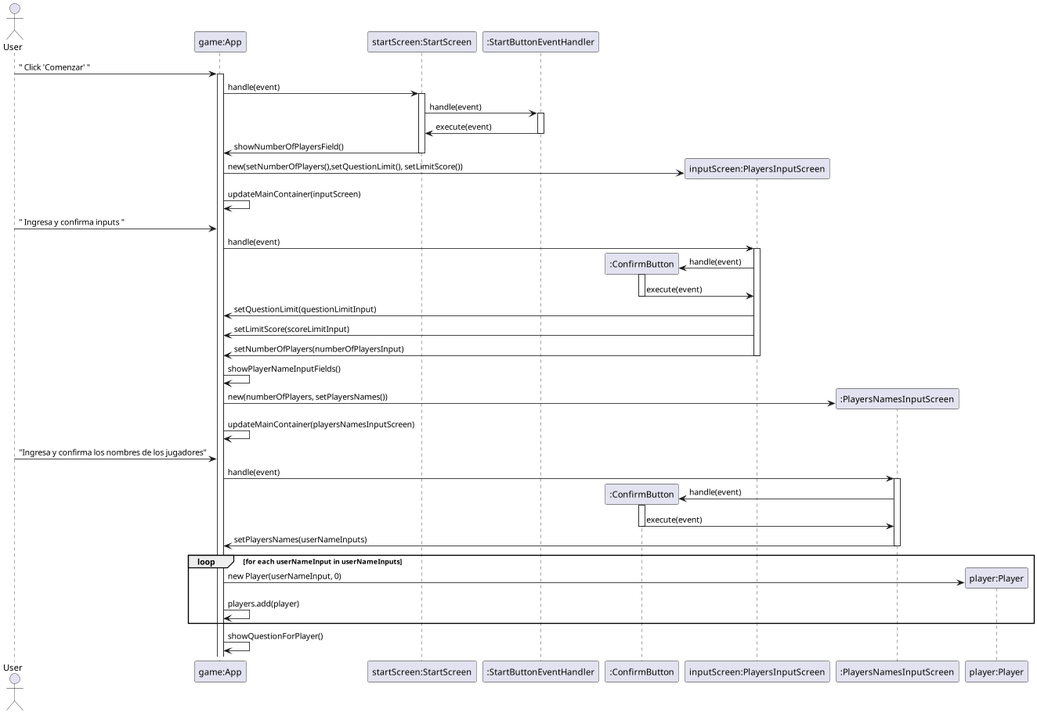
Earlier version of the PlantUML export UML files/images/GameAndUserInteractions.png (agpelliciari/TP2-Algo-III). Its diagram source:
```plantuml
@startuml

actor User

participant "game:App" as App
participant "startScreen:StartScreen" as StartScreen
participant ":StartButtonEventHandler" as StartButtonEventHandler
participant ":ConfirmButton" as ConfirmButton
participant "inputScreen:PlayersInputScreen" as PlayersInputScreen
participant ":PlayersNamesInputScreen" as PlayersNamesInputScreen
participant "player:Player" as Player


User -> App: " Click 'Comenzar' "
activate App
App -> StartScreen: handle(event)
activate StartScreen
StartScreen -> StartButtonEventHandler: handle(event)
activate StartButtonEventHandler
StartScreen <- StartButtonEventHandler: execute(event)
deactivate StartButtonEventHandler
StartScreen -> App: showNumberOfPlayersField()
deactivate StartScreen

create PlayersInputScreen
App -> PlayersInputScreen: new(setNumberOfPlayers(),setQuestionLimit(), setLimitScore())
App -> App: updateMainContainer(inputScreen)

User -> App: " Ingresa y confirma inputs "

App -> PlayersInputScreen: handle(event)
activate PlayersInputScreen
create ConfirmButton
ConfirmButton <- PlayersInputScreen: handle(event)
activate ConfirmButton
ConfirmButton -> PlayersInputScreen: execute(event)
deactivate ConfirmButton
PlayersInputScreen -> App: setQuestionLimit(questionLimitInput)
PlayersInputScreen -> App: setLimitScore(scoreLimitInput)
PlayersInputScreen -> App: setNumberOfPlayers(numberOfPlayersInput)
deactivate PlayersInputScreen

App -> App: showPlayerNameInputFields()
create PlayersNamesInputScreen
App -> PlayersNamesInputScreen: new(numberOfPlayers, setPlayersNames())
App -> App: updateMainContainer(playersNamesInputScreen)

User -> App: "Ingresa y confirma los nombres de los jugadores"
App -> PlayersNamesInputScreen: handle(event)
activate PlayersNamesInputScreen
create ConfirmButton
PlayersNamesInputScreen -> ConfirmButton: handle(event)
activate ConfirmButton
PlayersNamesInputScreen <- ConfirmButton: execute(event)
deactivate ConfirmButton
PlayersNamesInputScreen -> App: setPlayersNames(userNameInputs)
deactivate PlayersNamesInputScreen

loop for each userNameInput in userNameInputs
create Player
App -> Player: new Player(userNameInput, 0)
App -> App: players.add(player)
end loop

App -> App: showQuestionForPlayer()

@enduml
```
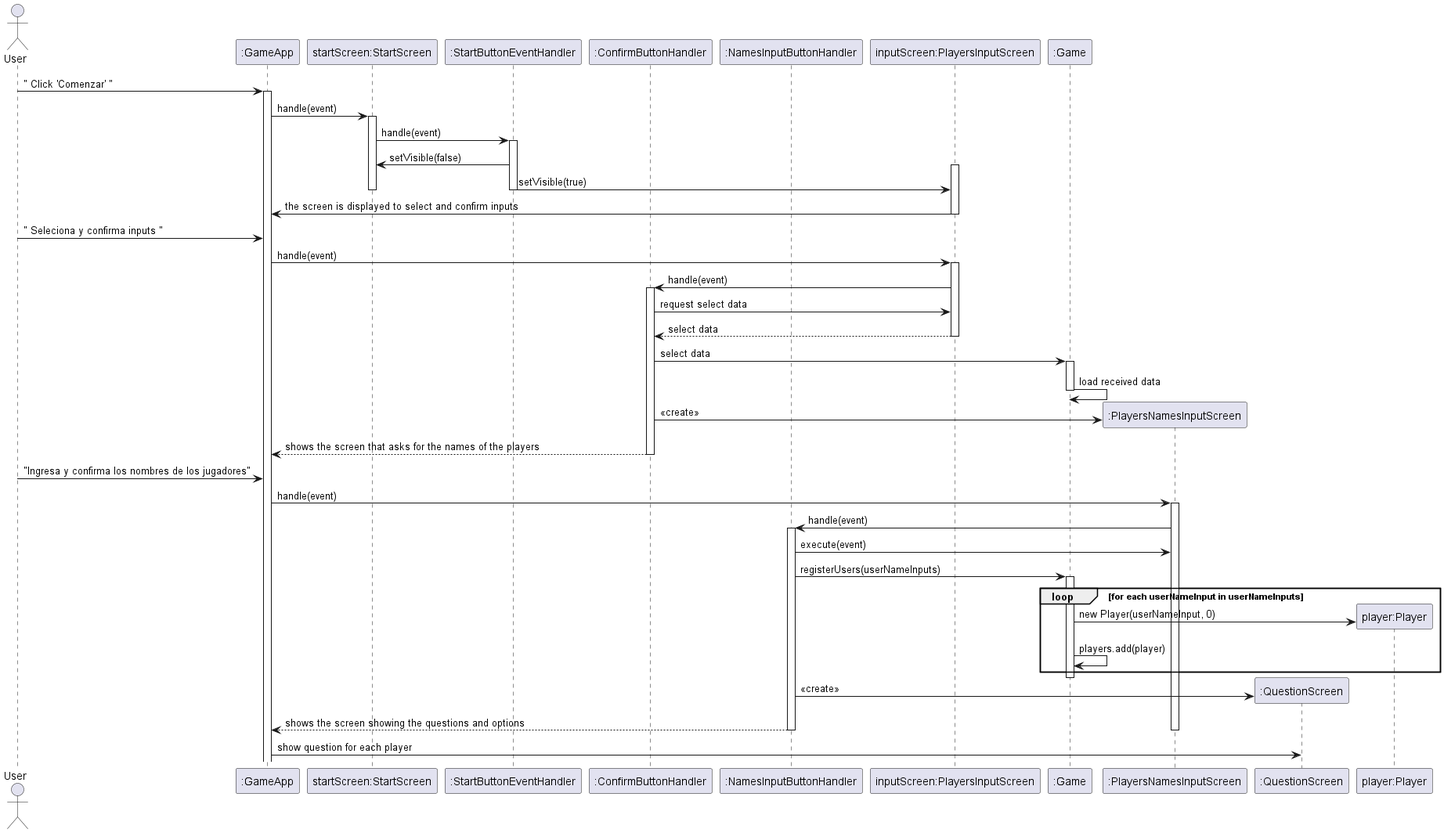
After the commit.

Change to the diagram source:
```diff
@@ -2,12 +2,15 @@
 
 actor User
 
-participant "game:App" as App
+participant ":GameApp" as App
 participant "startScreen:StartScreen" as StartScreen
 participant ":StartButtonEventHandler" as StartButtonEventHandler
-participant ":ConfirmButton" as ConfirmButton
+participant ":ConfirmButtonHandler" as ConfirmButton
+participant ":NamesInputButtonHandler" as NamesButton
 participant "inputScreen:PlayersInputScreen" as PlayersInputScreen
+participant ":Game" as Game
 participant ":PlayersNamesInputScreen" as PlayersNamesInputScreen
+participant ":QuestionScreen" as QuestionScreen
 participant "player:Player" as Player
 
 
@@ -17,51 +20,52 @@
 activate StartScreen
 StartScreen -> StartButtonEventHandler: handle(event)
 activate StartButtonEventHandler
-StartScreen <- StartButtonEventHandler: execute(event)
+StartScreen <- StartButtonEventHandler: setVisible(false)
+activate PlayersInputScreen
+PlayersInputScreen <- StartButtonEventHandler: setVisible(true)
+deactivate StartScreen
 deactivate StartButtonEventHandler
-StartScreen -> App: showNumberOfPlayersField()
-deactivate StartScreen
+PlayersInputScreen -> App: the screen is displayed to select and confirm inputs
+deactivate PlayersInputScreen
 
-create PlayersInputScreen
-App -> PlayersInputScreen: new(setNumberOfPlayers(),setQuestionLimit(), setLimitScore())
-App -> App: updateMainContainer(inputScreen)
-
-User -> App: " Ingresa y confirma inputs "
+User -> App: " Seleciona y confirma inputs "
 
 App -> PlayersInputScreen: handle(event)
 activate PlayersInputScreen
-create ConfirmButton
-ConfirmButton <- PlayersInputScreen: handle(event)
+PlayersInputScreen -> ConfirmButton: handle(event)
 activate ConfirmButton
-ConfirmButton -> PlayersInputScreen: execute(event)
+PlayersInputScreen <- ConfirmButton: request select data
+PlayersInputScreen --> ConfirmButton: select data
+deactivate PlayersInputScreen
+ConfirmButton -> Game: select data
+activate Game
+Game -> Game: load received data
+deactivate Game
+create PlayersNamesInputScreen
+ConfirmButton -> PlayersNamesInputScreen: <<create>>
+ConfirmButton --> App: shows the screen that asks for the names of the players
 deactivate ConfirmButton
-PlayersInputScreen -> App: setQuestionLimit(questionLimitInput)
-PlayersInputScreen -> App: setLimitScore(scoreLimitInput)
-PlayersInputScreen -> App: setNumberOfPlayers(numberOfPlayersInput)
-deactivate PlayersInputScreen
-
-App -> App: showPlayerNameInputFields()
-create PlayersNamesInputScreen
-App -> PlayersNamesInputScreen: new(numberOfPlayers, setPlayersNames())
-App -> App: updateMainContainer(playersNamesInputScreen)
 
 User -> App: "Ingresa y confirma los nombres de los jugadores"
 App -> PlayersNamesInputScreen: handle(event)
 activate PlayersNamesInputScreen
-create ConfirmButton
-PlayersNamesInputScreen -> ConfirmButton: handle(event)
-activate ConfirmButton
-PlayersNamesInputScreen <- ConfirmButton: execute(event)
-deactivate ConfirmButton
-PlayersNamesInputScreen -> App: setPlayersNames(userNameInputs)
+PlayersNamesInputScreen -> NamesButton: handle(event)
+activate NamesButton
+PlayersNamesInputScreen <- NamesButton: execute(event)
+NamesButton -> Game: registerUsers(userNameInputs)
+activate Game
+loop for each userNameInput in userNameInputs
+create Player
+Game -> Player: new Player(userNameInput, 0)
+Game -> Game: players.add(player)
+end loop
+deactivate Game
+create QuestionScreen
+NamesButton -> QuestionScreen: <<create>>
+NamesButton --> App: shows the screen showing the questions and options
+deactivate NamesButton
 deactivate PlayersNamesInputScreen
 
-loop for each userNameInput in userNameInputs
-create Player
-App -> Player: new Player(userNameInput, 0)
-App -> App: players.add(player)
-end loop
-
-App -> App: showQuestionForPlayer()
+App -> QuestionScreen: show question for each player
 
 @enduml
```
